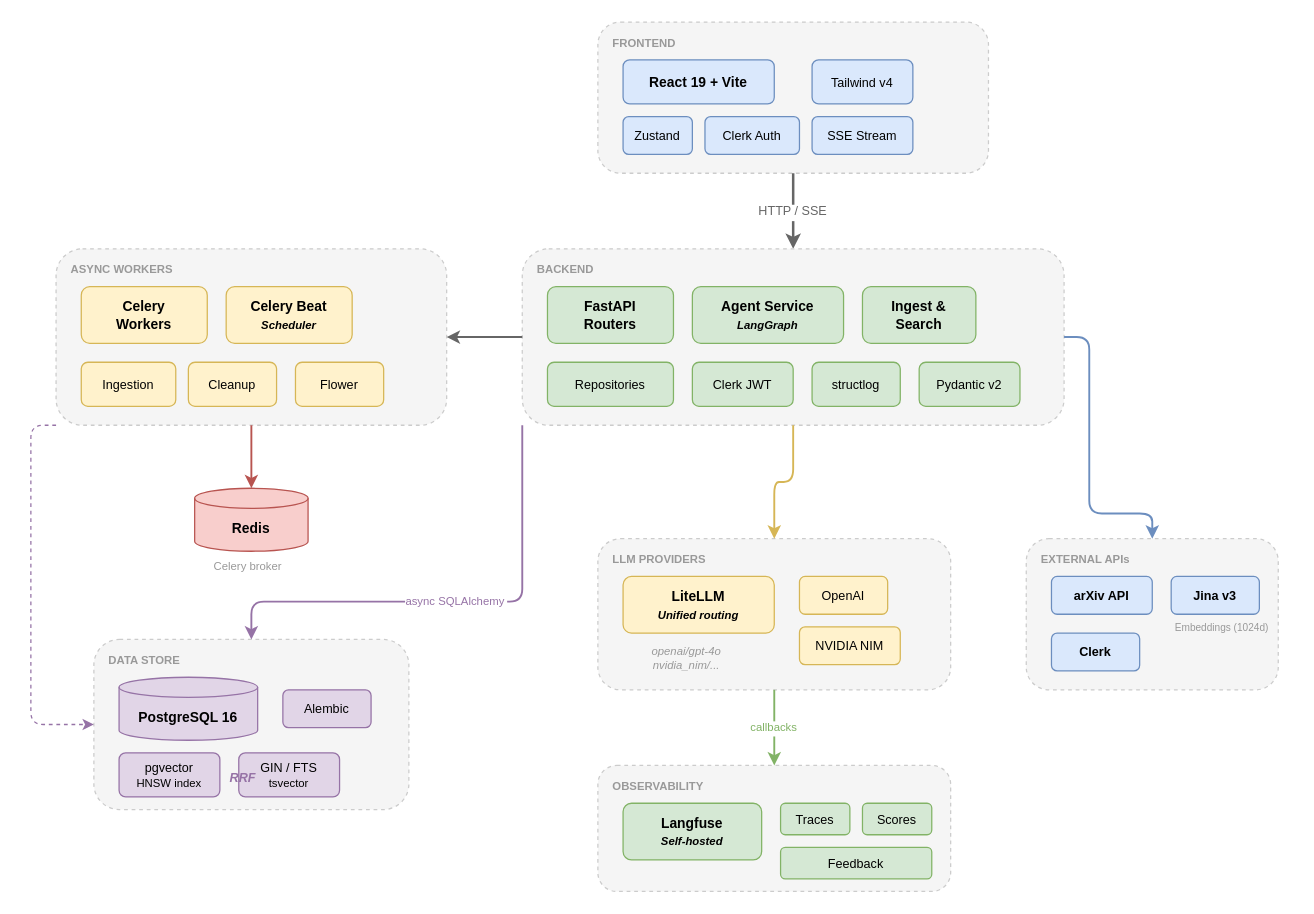
The draw.io diagram public/architecture.drawio in spencerjireh/arxivian, before the edit. Source tidied: cells renumbered, new cells numbered last; positions are measured from the earlier drawing's top-left corner, leaving out a move shared by most shapes. Both pictures are drawn from the tidied source at 126%, with x=0, y=0 at pixel (30, 21).
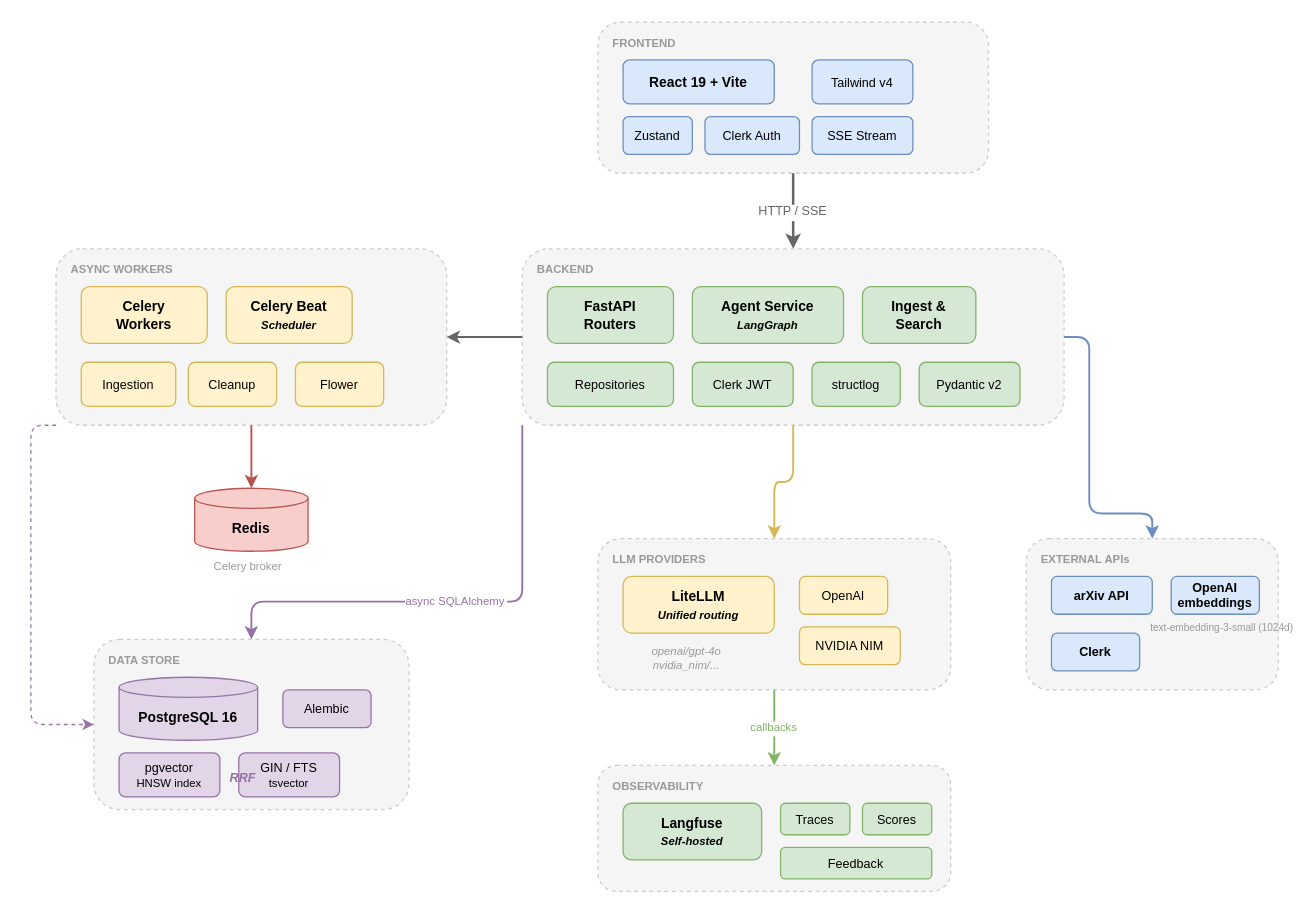
The same diagram, later.

Change to the diagram source:
```diff
@@
-    <mxCell id="48" value="Jina v3" style="rounded=1;whiteSpace=wrap;html=1;fillColor=#dae8fc;strokeColor=#6c8ebf;fontSize=10;fontStyle=1;" parent="1" vertex="1">
+    <mxCell id="48" value="OpenAI embeddings" style="rounded=1;whiteSpace=wrap;html=1;fillColor=#dae8fc;strokeColor=#6c8ebf;fontSize=10;fontStyle=1;" parent="1" vertex="1">
       <mxGeometry x="905" y="440" width="70" height="30" as="geometry" />
     </mxCell>
@@
-    <mxCell id="50" value="Embeddings (1024d)" style="text;html=1;align=center;verticalAlign=top;strokeColor=none;fillColor=none;fontSize=8;fontColor=#999999;" parent="1" vertex="1">
+    <mxCell id="50" value="text-embedding-3-small (1024d)" style="text;html=1;align=center;verticalAlign=top;strokeColor=none;fillColor=none;fontSize=8;fontColor=#999999;" parent="1" vertex="1">
       <mxGeometry x="890" y="470" width="110" height="20" as="geometry" />
     </mxCell>
```
